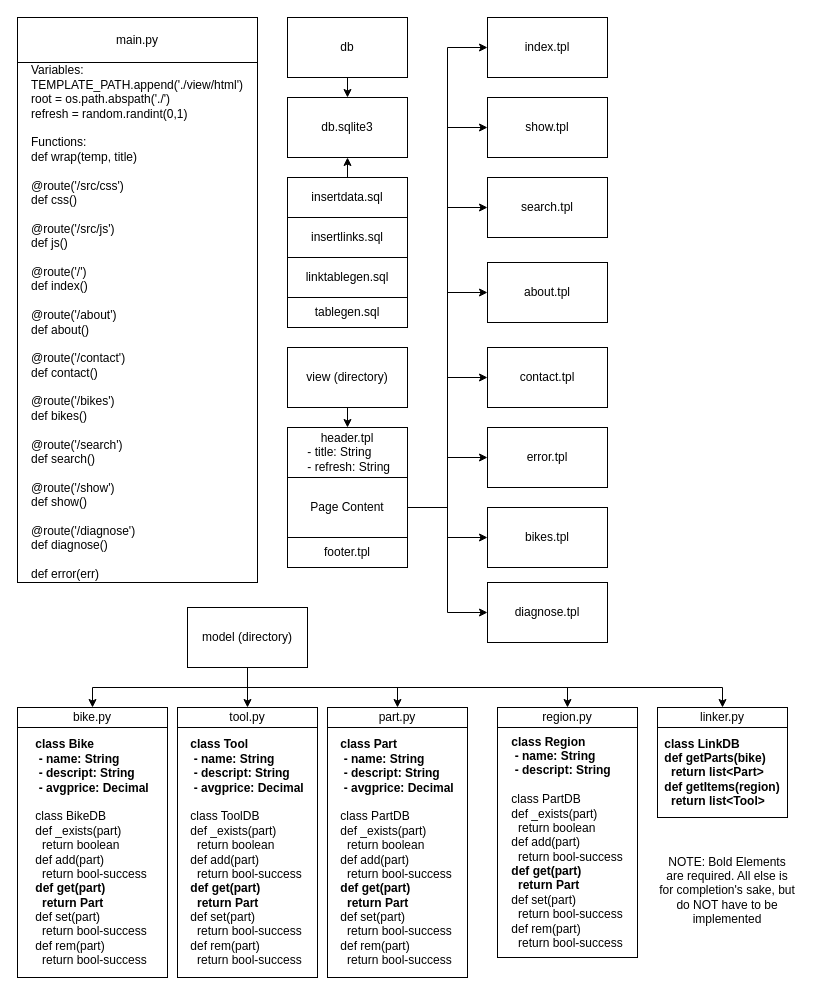
Above: diag/Static_View.drawio in kodeschreiber/ITIS4155 (draw.io), before the change. Source tidied: cells renumbered, new cells numbered last; positions are measured from the earlier drawing's top-left corner, leaving out a move shared by most shapes. Both pictures are drawn from the tidied source at 100%, with x=0, y=0 at pixel (17, 17).
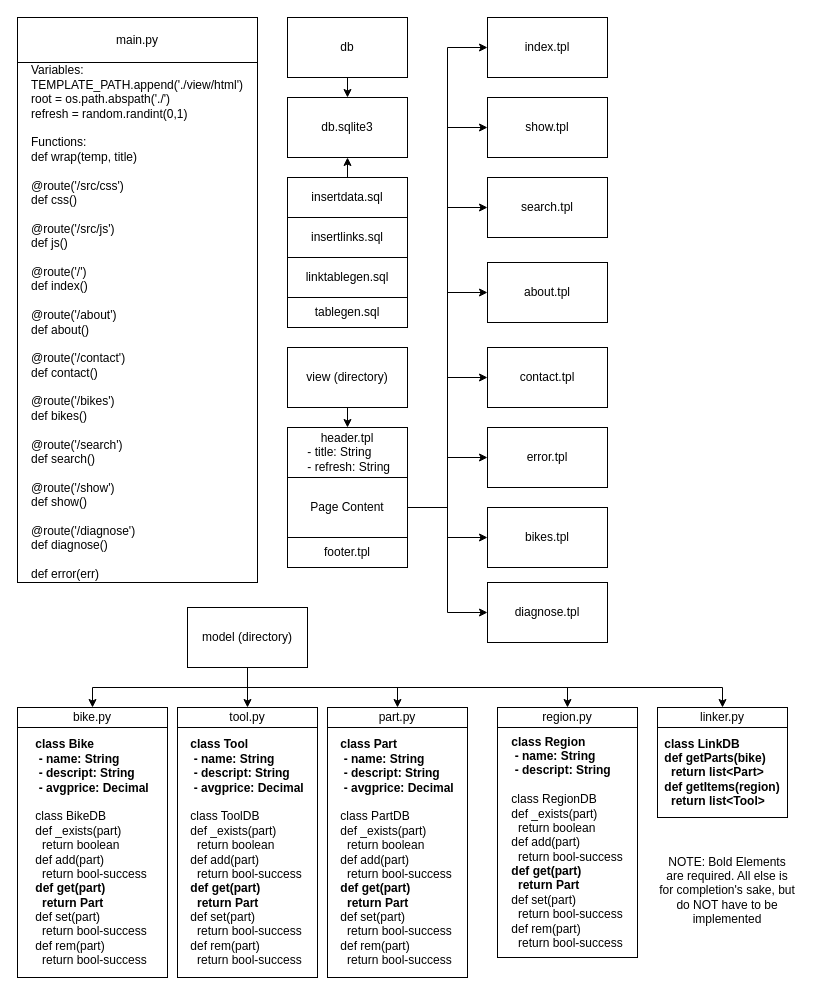
After the change.

Commit message:
Corrected RegionDB name

Diff of the diagram source:
```diff
@@
-    <mxCell id="48" value="&lt;div style=&quot;text-align: left&quot;&gt;&lt;b&gt;class Region&lt;/b&gt;&lt;/div&gt;&lt;div style=&quot;text-align: left&quot;&gt;&lt;span&gt;&lt;b&gt;&amp;nbsp;- name: String&lt;/b&gt;&lt;/span&gt;&lt;/div&gt;&lt;div style=&quot;text-align: left&quot;&gt;&lt;b&gt;&amp;nbsp;- descript: String&lt;/b&gt;&lt;/div&gt;&lt;div style=&quot;text-align: left&quot;&gt;&lt;span&gt;&lt;br&gt;&lt;/span&gt;&lt;/div&gt;&lt;div&gt;&lt;div style=&quot;text-align: left&quot;&gt;class PartDB&lt;/div&gt;&lt;div style=&quot;text-align: left&quot;&gt;def _exists(part)&lt;/div&gt;&lt;div style=&quot;text-align: left&quot;&gt;&amp;nbsp; return boolean&lt;/div&gt;&lt;div style=&quot;text-align: left&quot;&gt;def add(part)&lt;/div&gt;&lt;div style=&quot;text-align: left&quot;&gt;&amp;nbsp; return bool-success&lt;/div&gt;&lt;div style=&quot;text-align: left&quot;&gt;&lt;b&gt;def get(part)&lt;/b&gt;&lt;/div&gt;&lt;div style=&quot;text-align: left&quot;&gt;&lt;b&gt;&amp;nbsp; return Part&lt;/b&gt;&lt;/div&gt;&lt;div style=&quot;text-align: left&quot;&gt;def set(part)&lt;/div&gt;&lt;div style=&quot;text-align: left&quot;&gt;&amp;nbsp; return bool-success&lt;/div&gt;&lt;div style=&quot;text-align: left&quot;&gt;def rem(part)&lt;/div&gt;&lt;div style=&quot;text-align: left&quot;&gt;&amp;nbsp; return bool-success&lt;/div&gt;&lt;/div&gt;" style="rounded=0;whiteSpace=wrap;html=1;" parent="1" vertex="1">
+    <mxCell id="48" value="&lt;div style=&quot;text-align: left&quot;&gt;&lt;b&gt;class Region&lt;/b&gt;&lt;/div&gt;&lt;div style=&quot;text-align: left&quot;&gt;&lt;span&gt;&lt;b&gt;&amp;nbsp;- name: String&lt;/b&gt;&lt;/span&gt;&lt;/div&gt;&lt;div style=&quot;text-align: left&quot;&gt;&lt;b&gt;&amp;nbsp;- descript: String&lt;/b&gt;&lt;/div&gt;&lt;div style=&quot;text-align: left&quot;&gt;&lt;span&gt;&lt;br&gt;&lt;/span&gt;&lt;/div&gt;&lt;div&gt;&lt;div style=&quot;text-align: left&quot;&gt;class RegionDB&lt;/div&gt;&lt;div style=&quot;text-align: left&quot;&gt;def _exists(part)&lt;/div&gt;&lt;div style=&quot;text-align: left&quot;&gt;&amp;nbsp; return boolean&lt;/div&gt;&lt;div style=&quot;text-align: left&quot;&gt;def add(part)&lt;/div&gt;&lt;div style=&quot;text-align: left&quot;&gt;&amp;nbsp; return bool-success&lt;/div&gt;&lt;div style=&quot;text-align: left&quot;&gt;&lt;b&gt;def get(part)&lt;/b&gt;&lt;/div&gt;&lt;div style=&quot;text-align: left&quot;&gt;&lt;b&gt;&amp;nbsp; return Part&lt;/b&gt;&lt;/div&gt;&lt;div style=&quot;text-align: left&quot;&gt;def set(part)&lt;/div&gt;&lt;div style=&quot;text-align: left&quot;&gt;&amp;nbsp; return bool-success&lt;/div&gt;&lt;div style=&quot;text-align: left&quot;&gt;def rem(part)&lt;/div&gt;&lt;div style=&quot;text-align: left&quot;&gt;&amp;nbsp; return bool-success&lt;/div&gt;&lt;/div&gt;" style="rounded=0;whiteSpace=wrap;html=1;" parent="1" vertex="1">
       <mxGeometry x="480" y="710" width="140" height="230" as="geometry" />
     </mxCell>
```
